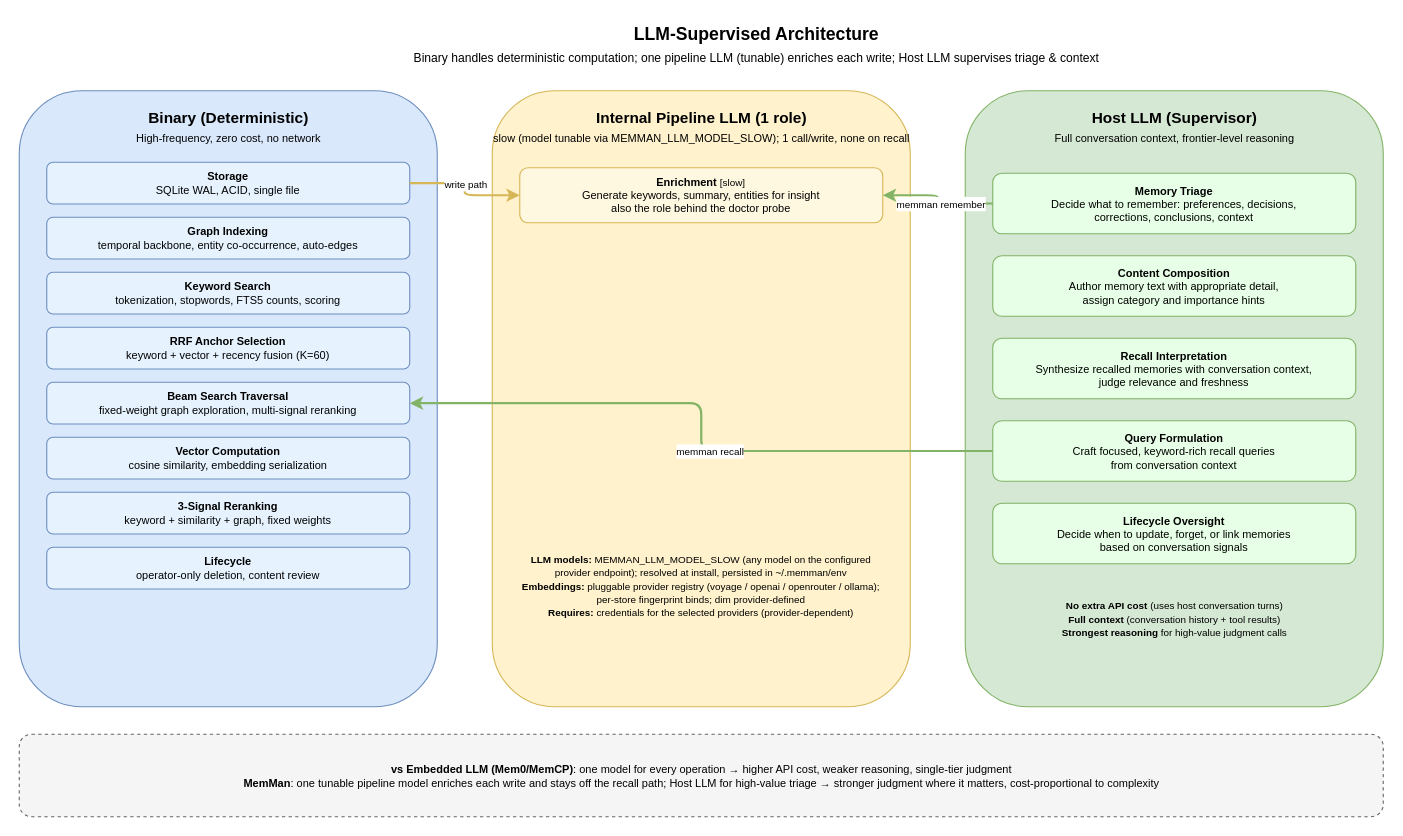
bissli/memman keeps this draw.io diagram as docs/diagrams/05-llm-supervised.drawio. Above is the earlier version. Source tidied: cells renumbered, new cells numbered last; positions are measured from the earlier drawing's top-left corner, leaving out a move shared by most shapes. Both pictures are drawn from the tidied source at 110%, with x=0, y=0 at pixel (19, 19).
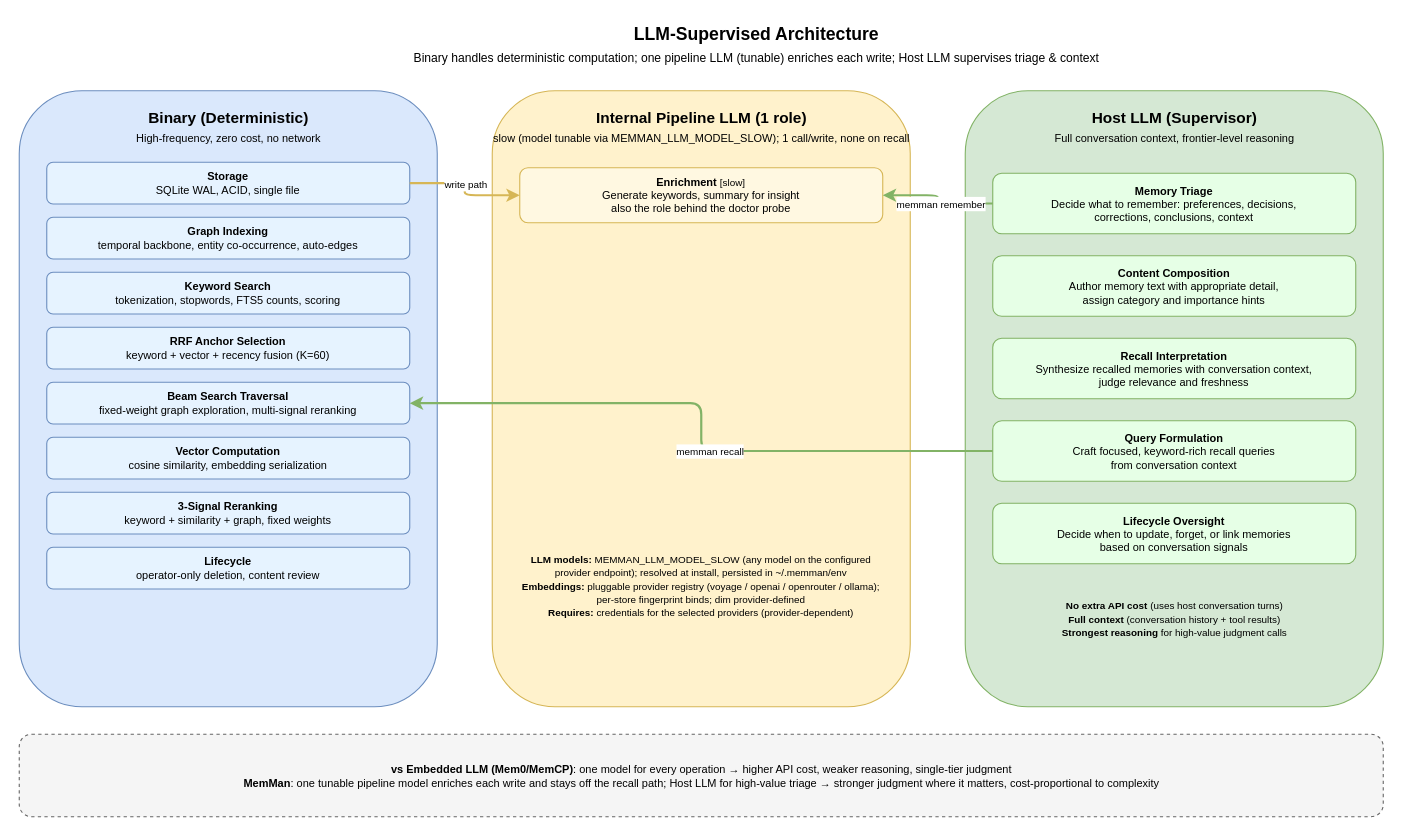
The same page after the edit.

The edit, as a diff of the source:
```diff
@@
-    <mxCell id="15" value="&lt;b&gt;Enrichment&lt;/b&gt; &lt;font style=&quot;font-size:9px&quot;&gt;[slow]&lt;/font&gt;&lt;br&gt;Generate keywords, summary, entities for insight&lt;br&gt;also the role behind the doctor probe" style="rounded=1;whiteSpace=wrap;html=1;fillColor=#FFF8E1;strokeColor=#d6b656;fontSize=10;" parent="1" vertex="1">
+    <mxCell id="15" value="&lt;b&gt;Enrichment&lt;/b&gt; &lt;font style=&quot;font-size:9px&quot;&gt;[slow]&lt;/font&gt;&lt;br&gt;Generate keywords, summary for insight&lt;br&gt;also the role behind the doctor probe" style="rounded=1;whiteSpace=wrap;html=1;fillColor=#FFF8E1;strokeColor=#d6b656;fontSize=10;" parent="1" vertex="1">
       <mxGeometry x="455" y="135" width="330" height="50" as="geometry" />
     </mxCell>
```
